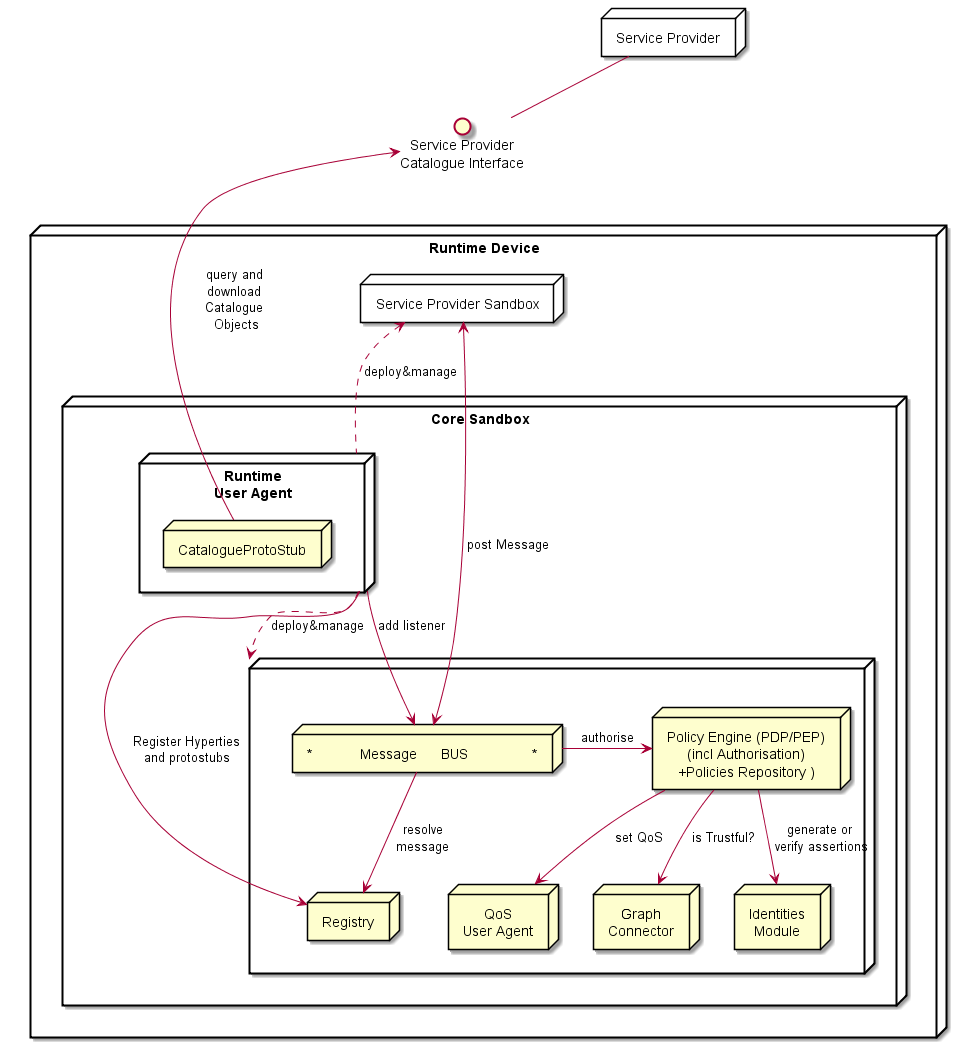
Before: docs/specs/runtime/Core_Runtime.png, a diagram exported from PlantUML (reTHINK-project/core-framework).
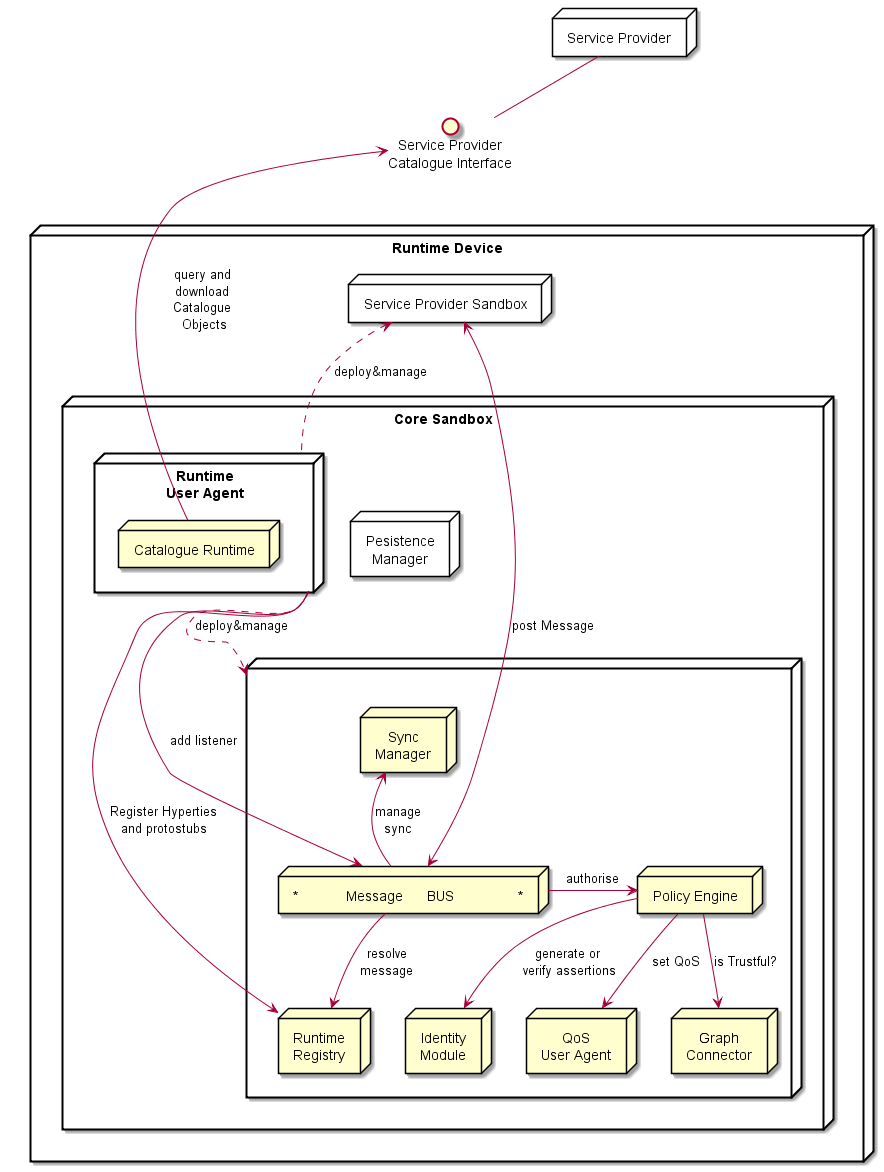
Later version of the same file.

Diff of the diagram source:
```diff
@@ -18,21 +18,31 @@
 node "" as core1 {
  node "*            Message      BUS                *" as Bus
 
+ node "Sync\nManager" as Sync
 
- node "Registry" as Reg
+ node "Runtime\nRegistry" as Reg
 
- node "Identities\nModule" as ID
+ node "Identity\nModule" as ID
 
- node "Policy Engine (PDP/PEP)\n(incl Authorisation)\n+Policies Repository )" as PDP
+ node "Policy Engine" as PDP
 
  node "QoS\nUser Agent" as QoS
 
  node "Graph\nConnector" as Graph
 }
 
+node "Pesistence\nManager" as Storage {
+}
+
  node "Runtime\nUser Agent" as RunUA {
-	node "CatalogueProtoStub" as RepUA
+	node "Catalogue Runtime" as RepUA
  }
+
+
+
+ SPSand -[hidden]down-> Storage : store
+
+ Sync -[hidden]up-> Storage
 
  RunUA -> Reg : Register Hyperties\nand protostubs
  }
@@ -48,6 +58,8 @@
  PDP -down-> Graph : is Trustful?
 
  Reg <-up- Bus: resolve\nmessage
+
+ Sync <-down- Bus: manage\nsync
 
  RunUA -> Bus : add listener
 
```
